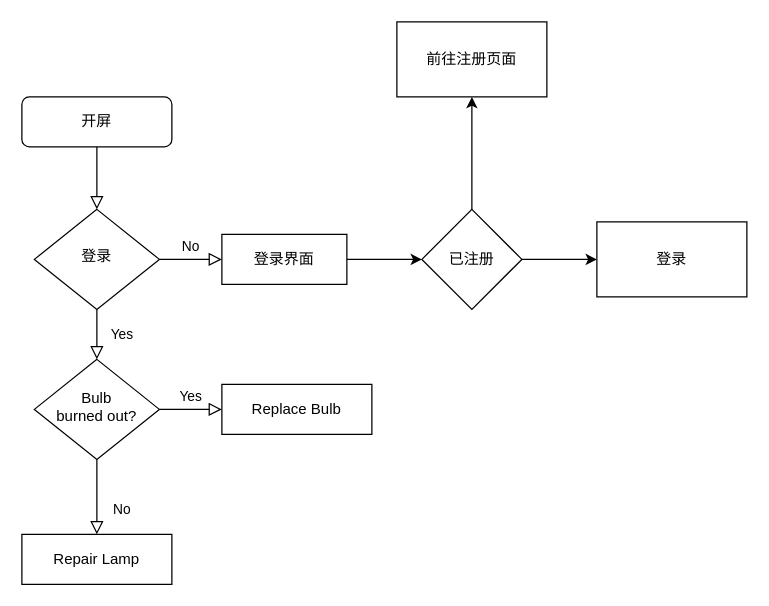
Before: csj.drawio in jmzmz/draw.io, a draw.io diagram. Source tidied: cells renumbered, new cells numbered last; positions are measured from the earlier drawing's top-left corner, leaving out a move shared by most shapes. Both pictures are drawn from the tidied source at 125%, with x=0, y=0 at pixel (21, 21).
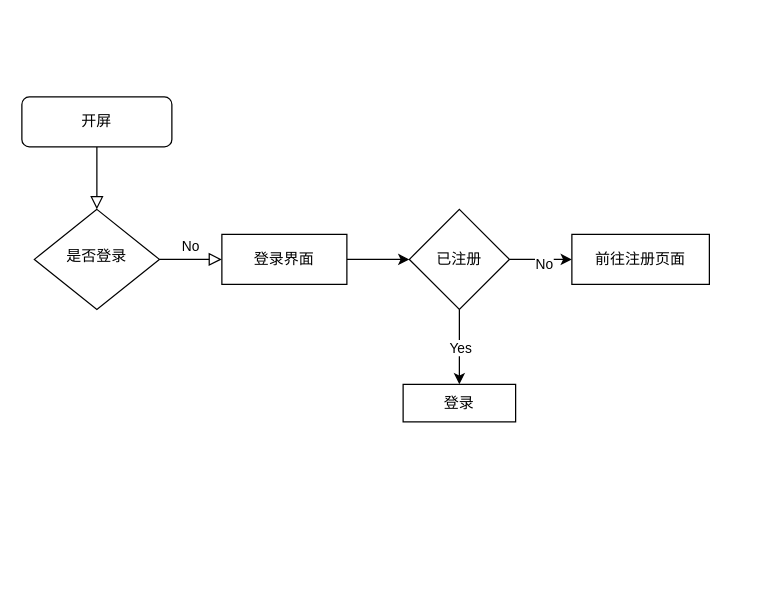
Above is the later version.

What changed in the source:
```diff
@@
 <mxGraphModel>
   <root>
     <mxCell id="0" />
     <mxCell id="1" parent="0" />
     <mxCell id="2" style="rounded=0;html=1;jettySize=auto;fontSize=11;endArrow=block;endFill=0;endSize=8;strokeWidth=1;shadow=0;labelBackgroundColor=none;edgeStyle=orthogonalEdgeStyle;" parent="1" edge="1" source="3" target="6">
       <mxGeometry relative="1" as="geometry" />
     </mxCell>
     <mxCell id="3" value="开屏" style="rounded=1;whiteSpace=wrap;html=1;fontSize=12;glass=0;strokeWidth=1;shadow=0;" parent="1" vertex="1">
       <mxGeometry y="60" width="120" height="40" as="geometry" />
     </mxCell>
-    <mxCell id="4" value="Yes" style="rounded=0;html=1;jettySize=auto;fontSize=11;endArrow=block;endFill=0;endSize=8;strokeWidth=1;shadow=0;labelBackgroundColor=none;edgeStyle=orthogonalEdgeStyle;" parent="1" edge="1" source="6" target="11">
-      <mxGeometry y="20" relative="1" as="geometry" />
-    </mxCell>
     <mxCell id="5" value="No" style="edgeStyle=orthogonalEdgeStyle;rounded=0;html=1;jettySize=auto;fontSize=11;endArrow=block;endFill=0;endSize=8;strokeWidth=1;shadow=0;labelBackgroundColor=none;" parent="1" edge="1" source="6" target="8">
       <mxGeometry y="10" relative="1" as="geometry" />
     </mxCell>
-    <mxCell id="6" value="登录" style="rhombus;whiteSpace=wrap;html=1;shadow=0;fontFamily=Helvetica;fontSize=12;align=center;strokeWidth=1;spacing=6;spacingTop=-4;rounded=0;" parent="1" vertex="1">
+    <mxCell id="6" value="是否登录" style="rhombus;whiteSpace=wrap;html=1;shadow=0;fontFamily=Helvetica;fontSize=12;align=center;strokeWidth=1;spacing=6;spacingTop=-4;rounded=0;" parent="1" vertex="1">
       <mxGeometry x="10" y="150" width="100" height="80" as="geometry" />
     </mxCell>
     <mxCell id="7" style="edgeStyle=orthogonalEdgeStyle;rounded=0;jettySize=auto;html=1;" parent="1" edge="1" source="8" target="16">
       <mxGeometry relative="1" as="geometry" />
     </mxCell>
     <mxCell id="8" value="登录界面" style="rounded=0;whiteSpace=wrap;html=1;fontSize=12;glass=0;strokeWidth=1;shadow=0;" parent="1" vertex="1">
       <mxGeometry x="160" y="170" width="100" height="40" as="geometry" />
     </mxCell>
+    <mxCell id="14" style="edgeStyle=orthogonalEdgeStyle;jettySize=auto;html=1;" parent="1" edge="1" source="16" target="17">
+      <mxGeometry relative="1" as="geometry" />
+    </mxCell>
+    <mxCell id="19" value="Yes" style="edgeLabel;html=1;align=center;verticalAlign=middle;" parent="14" vertex="1">
+      <mxGeometry x="-0.03" relative="1" as="geometry">
+        <mxPoint y="1" as="offset" />
+      </mxGeometry>
+    </mxCell>
+    <mxCell id="15" style="edgeStyle=orthogonalEdgeStyle;jettySize=auto;html=1;" parent="1" edge="1" source="16" target="18">
+      <mxGeometry relative="1" as="geometry" />
+    </mxCell>
-    <mxCell id="9" value="No" style="rounded=0;html=1;jettySize=auto;fontSize=11;endArrow=block;endFill=0;endSize=8;strokeWidth=1;shadow=0;labelBackgroundColor=none;edgeStyle=orthogonalEdgeStyle;" parent="1" edge="1" source="11" target="12">
-      <mxGeometry x="0.33" y="20" relative="1" as="geometry" />
+    <mxCell id="9" value="No" style="edgeLabel;html=1;align=center;verticalAlign=middle;" parent="15" vertex="1">
+      <mxGeometry x="0.06" y="-2" relative="1" as="geometry">
+        <mxPoint y="1" as="offset" />
+      </mxGeometry>
     </mxCell>
-    <mxCell id="10" value="Yes" style="edgeStyle=orthogonalEdgeStyle;rounded=0;html=1;jettySize=auto;fontSize=11;endArrow=block;endFill=0;endSize=8;strokeWidth=1;shadow=0;labelBackgroundColor=none;" parent="1" edge="1" source="11" target="13">
-      <mxGeometry y="10" relative="1" as="geometry" />
-    </mxCell>
-    <mxCell id="11" value="Bulb&lt;br&gt;burned out?" style="rhombus;whiteSpace=wrap;html=1;shadow=0;fontFamily=Helvetica;fontSize=12;align=center;strokeWidth=1;spacing=6;spacingTop=-4;rounded=0;" parent="1" vertex="1">
-      <mxGeometry x="10" y="270" width="100" height="80" as="geometry" />
-    </mxCell>
-    <mxCell id="12" value="Repair Lamp" style="rounded=0;whiteSpace=wrap;html=1;fontSize=12;glass=0;strokeWidth=1;shadow=0;" parent="1" vertex="1">
-      <mxGeometry y="410" width="120" height="40" as="geometry" />
-    </mxCell>
-    <mxCell id="13" value="Replace Bulb" style="rounded=0;whiteSpace=wrap;html=1;fontSize=12;glass=0;strokeWidth=1;shadow=0;" parent="1" vertex="1">
-      <mxGeometry x="160" y="290" width="120" height="40" as="geometry" />
-    </mxCell>
-    <mxCell id="14" style="edgeStyle=orthogonalEdgeStyle;jettySize=auto;html=1;" parent="1" edge="1" source="16" target="17">
-      <mxGeometry relative="1" as="geometry" />
-    </mxCell>
-    <mxCell id="15" style="edgeStyle=orthogonalEdgeStyle;jettySize=auto;html=1;" parent="1" edge="1" source="16" target="18">
-      <mxGeometry relative="1" as="geometry" />
-    </mxCell>
     <mxCell id="16" value="已注册" style="rhombus;whiteSpace=wrap;html=1;rounded=0;glass=0;strokeWidth=1;shadow=0;" parent="1" vertex="1">
-      <mxGeometry x="320" y="150" width="80" height="80" as="geometry" />
+      <mxGeometry x="310" y="150" width="80" height="80" as="geometry" />
     </mxCell>
     <mxCell id="17" value="登录" style="whiteSpace=wrap;html=1;rounded=0;glass=0;strokeWidth=1;shadow=0;" parent="1" vertex="1">
-      <mxGeometry x="460" y="160" width="120" height="60" as="geometry" />
+      <mxGeometry x="305" y="290" width="90" height="30" as="geometry" />
     </mxCell>
     <mxCell id="18" value="前往注册页面" style="whiteSpace=wrap;html=1;rounded=0;glass=0;strokeWidth=1;shadow=0;" parent="1" vertex="1">
-      <mxGeometry x="300" width="120" height="60" as="geometry" />
+      <mxGeometry x="440" y="170" width="110" height="40" as="geometry" />
     </mxCell>
   </root>
 </mxGraphModel>
```
